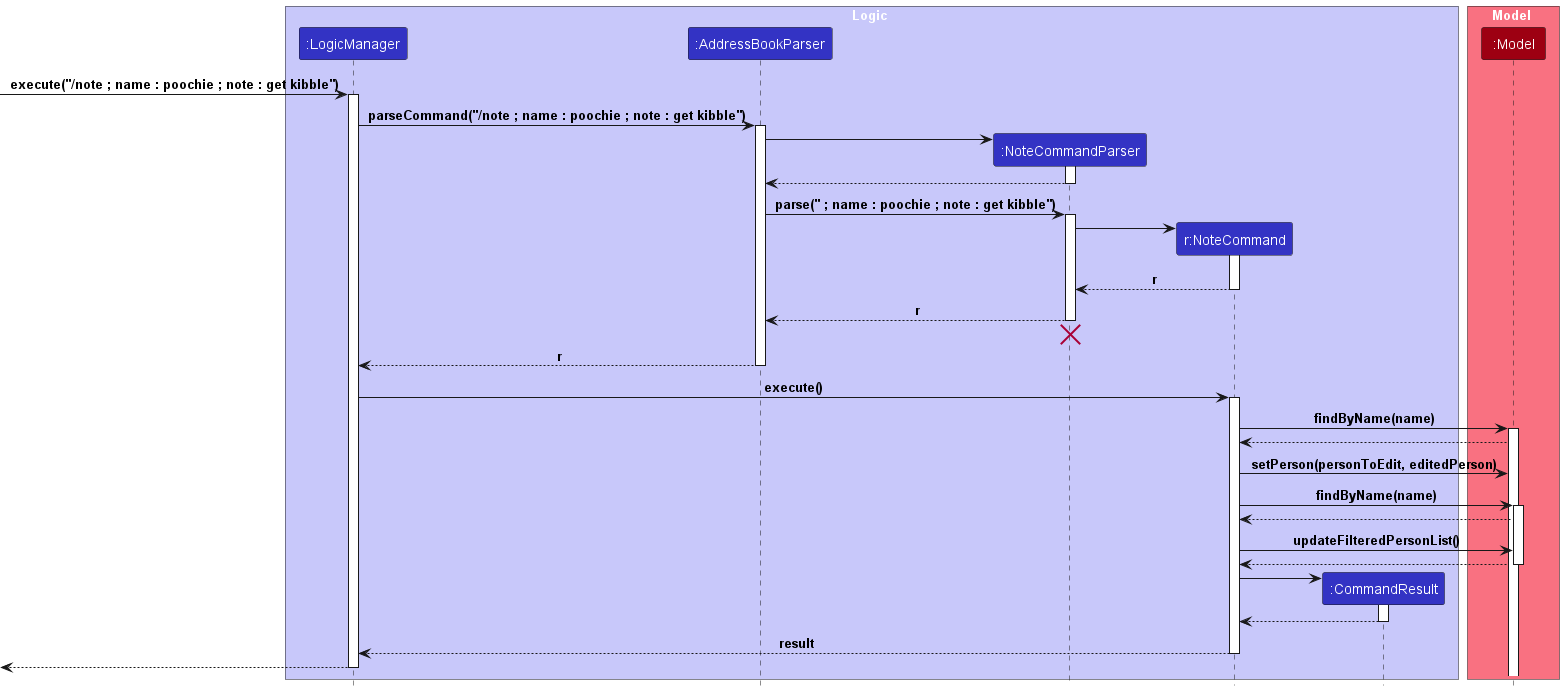
yleeyilin/tp keeps this PlantUML diagram as docs/images/NoteCommandSequenceDiagram.png. Above is the earlier version.
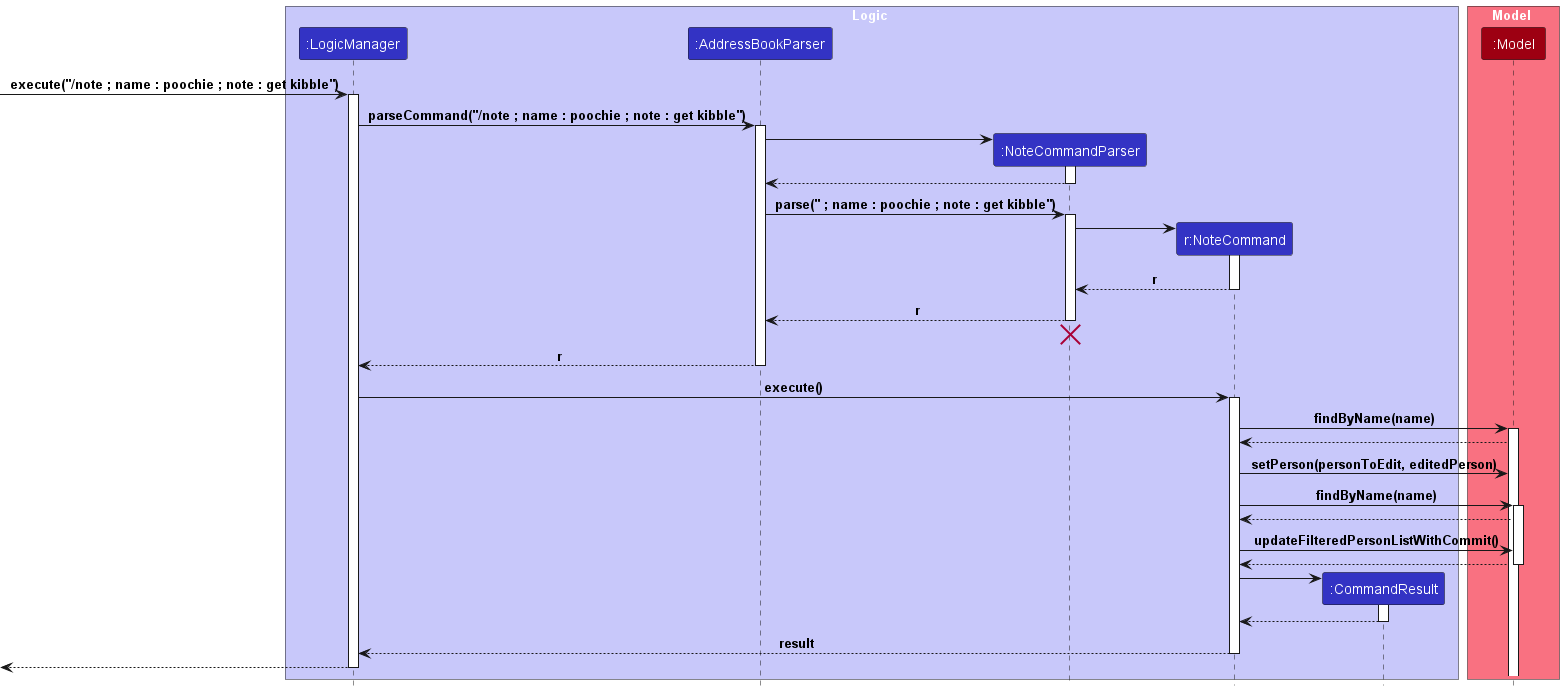
Later version of the same file.

The edit, as a diff of the source:
```diff
@@ -59,7 +59,7 @@
 
 Model --> NoteCommand
 
-NoteCommand -> Model : updateFilteredPersonList()
+NoteCommand -> Model : updateFilteredPersonListWithCommit()
 
 Model --> NoteCommand
 deactivate Model
```
